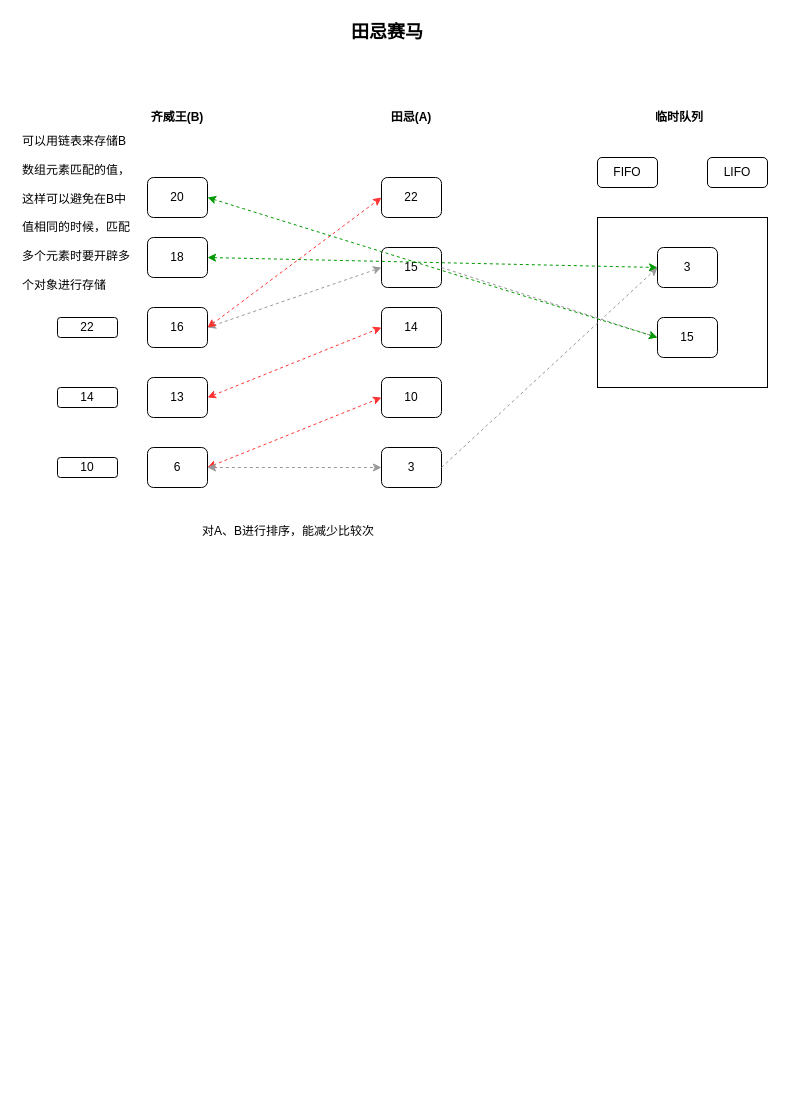
ZHANGLIWORB/diagrams keeps this draw.io diagram as Untitled Diagram.drawio. Above is the earlier version. Source tidied: cells renumbered, new cells numbered last; positions are measured from the earlier drawing's top-left corner, leaving out a move shared by most shapes. Both pictures are drawn from the tidied source at 100%, with x=0, y=0 at pixel (17, 17).
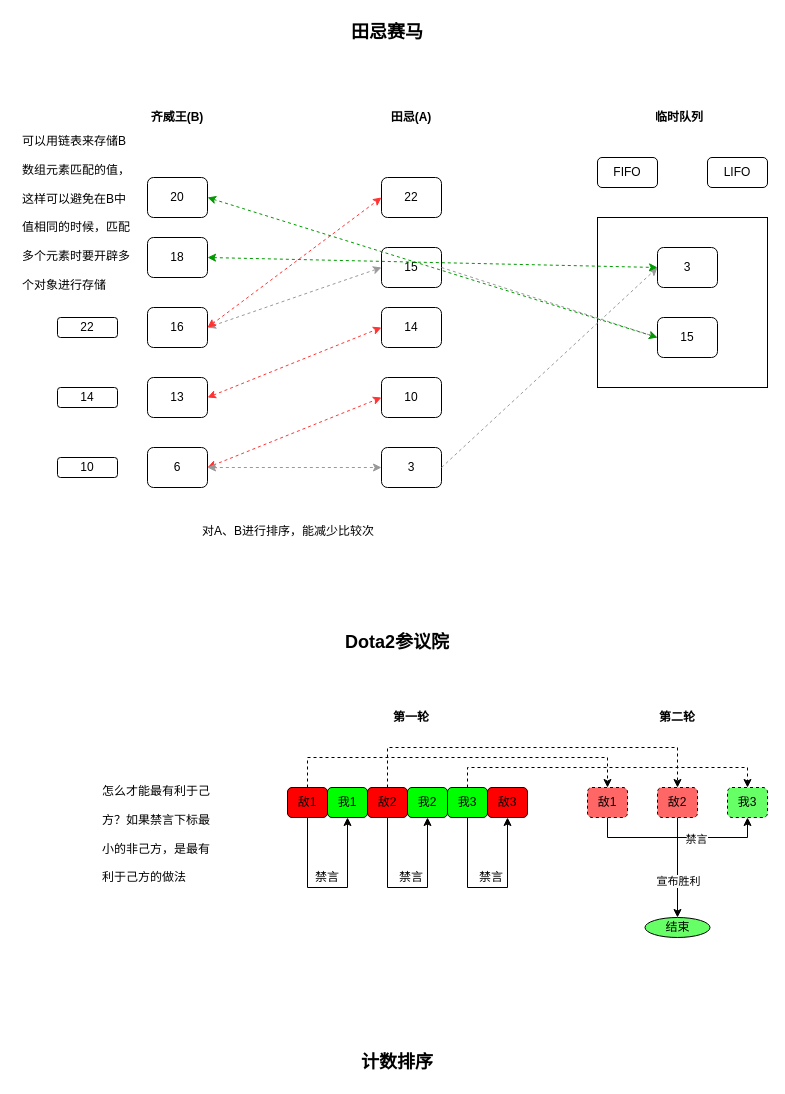
After the change.

What changed in the source:
```diff
@@
+    <mxCell id="35" value="&lt;b&gt;&lt;font style=&quot;font-size: 18px&quot;&gt;Dota2参议院&lt;/font&gt;&lt;/b&gt;" style="text;html=1;strokeColor=none;fillColor=none;align=center;verticalAlign=middle;whiteSpace=wrap;rounded=0;fontSize=16;" parent="1" vertex="1">
+      <mxGeometry x="320" y="610" width="120" height="30" as="geometry" />
+    </mxCell>
+    <mxCell id="36" style="edgeStyle=orthogonalEdgeStyle;rounded=0;jettySize=auto;html=1;exitX=0.5;exitY=1;exitDx=0;exitDy=0;entryX=0.5;entryY=1;entryDx=0;entryDy=0;startArrow=none;" parent="1" edge="1" source="38" target="39">
+      <mxGeometry relative="1" as="geometry">
+        <Array as="points">
+          <mxPoint x="290" y="870" />
+          <mxPoint x="330" y="870" />
+        </Array>
+      </mxGeometry>
+    </mxCell>
+    <mxCell id="37" style="edgeStyle=orthogonalEdgeStyle;rounded=0;jettySize=auto;html=1;exitX=0.5;exitY=0;exitDx=0;exitDy=0;entryX=0.5;entryY=0;entryDx=0;entryDy=0;dashed=1;" parent="1" edge="1" source="38" target="50">
+      <mxGeometry relative="1" as="geometry">
+        <Array as="points">
+          <mxPoint x="290" y="740" />
+          <mxPoint x="590" y="740" />
+        </Array>
+      </mxGeometry>
+    </mxCell>
+    <mxCell id="38" value="敌1" style="rounded=1;whiteSpace=wrap;html=1;fillColor=#FF0000;" parent="1" vertex="1">
+      <mxGeometry x="270" y="770" width="40" height="30" as="geometry" />
+    </mxCell>
+    <mxCell id="39" value="我1" style="rounded=1;whiteSpace=wrap;html=1;fillColor=#00FF00;" parent="1" vertex="1">
+      <mxGeometry x="310" y="770" width="40" height="30" as="geometry" />
+    </mxCell>
+    <mxCell id="40" style="edgeStyle=orthogonalEdgeStyle;rounded=0;jettySize=auto;html=1;exitX=0.5;exitY=1;exitDx=0;exitDy=0;entryX=0.5;entryY=1;entryDx=0;entryDy=0;" parent="1" edge="1" source="42" target="43">
+      <mxGeometry relative="1" as="geometry">
+        <Array as="points">
+          <mxPoint x="370" y="870" />
+          <mxPoint x="410" y="870" />
+        </Array>
+      </mxGeometry>
+    </mxCell>
+    <mxCell id="41" style="edgeStyle=orthogonalEdgeStyle;rounded=0;jettySize=auto;html=1;exitX=0.5;exitY=0;exitDx=0;exitDy=0;entryX=0.5;entryY=0;entryDx=0;entryDy=0;dashed=1;" parent="1" edge="1" source="42" target="55">
+      <mxGeometry relative="1" as="geometry">
+        <Array as="points">
+          <mxPoint x="370" y="730" />
+          <mxPoint x="660" y="730" />
+        </Array>
+      </mxGeometry>
+    </mxCell>
+    <mxCell id="42" value="敌2" style="rounded=1;whiteSpace=wrap;html=1;fillColor=#FF0000;" parent="1" vertex="1">
+      <mxGeometry x="350" y="770" width="40" height="30" as="geometry" />
+    </mxCell>
+    <mxCell id="43" value="我2" style="rounded=1;whiteSpace=wrap;html=1;fillColor=#00FF00;" parent="1" vertex="1">
+      <mxGeometry x="390" y="770" width="40" height="30" as="geometry" />
+    </mxCell>
+    <mxCell id="44" style="edgeStyle=orthogonalEdgeStyle;rounded=0;jettySize=auto;html=1;exitX=0.5;exitY=0;exitDx=0;exitDy=0;entryX=0.5;entryY=0;entryDx=0;entryDy=0;dashed=1;" parent="1" edge="1" source="45" target="58">
+      <mxGeometry relative="1" as="geometry">
+        <Array as="points">
+          <mxPoint x="450" y="750" />
+          <mxPoint x="730" y="750" />
+        </Array>
+      </mxGeometry>
+    </mxCell>
+    <mxCell id="45" value="我3" style="rounded=1;whiteSpace=wrap;html=1;fillColor=#00FF00;" parent="1" vertex="1">
+      <mxGeometry x="430" y="770" width="40" height="30" as="geometry" />
+    </mxCell>
+    <mxCell id="46" value="敌3" style="rounded=1;whiteSpace=wrap;html=1;fillColor=#FF0000;" parent="1" vertex="1">
+      <mxGeometry x="470" y="770" width="40" height="30" as="geometry" />
+    </mxCell>
+    <mxCell id="47" value="&lt;h1&gt;&lt;font style=&quot;font-size: 12px ; font-weight: normal&quot;&gt;怎么才能最有利于己方？如果禁言下标最小的非己方，是最有利于己方的做法&lt;/font&gt;&lt;/h1&gt;" style="text;html=1;strokeColor=none;fillColor=none;spacing=5;spacingTop=-20;whiteSpace=wrap;overflow=hidden;rounded=0;" parent="1" vertex="1">
+      <mxGeometry x="80" y="750" width="126" height="130" as="geometry" />
+    </mxCell>
+    <mxCell id="48" style="edgeStyle=orthogonalEdgeStyle;rounded=0;jettySize=auto;html=1;exitX=0.5;exitY=1;exitDx=0;exitDy=0;entryX=0.5;entryY=1;entryDx=0;entryDy=0;" parent="1" edge="1" source="50" target="58">
+      <mxGeometry relative="1" as="geometry" />
+    </mxCell>
+    <mxCell id="49" value="禁言" style="edgeLabel;html=1;align=center;verticalAlign=middle;" parent="48" vertex="1">
+      <mxGeometry x="0.2" y="-1" relative="1" as="geometry" />
+    </mxCell>
+    <mxCell id="50" value="敌1" style="rounded=1;whiteSpace=wrap;html=1;fillColor=#FF6666;dashed=1;" parent="1" vertex="1">
+      <mxGeometry x="570" y="770" width="40" height="30" as="geometry" />
+    </mxCell>
+    <mxCell id="51" value="禁言" style="text;html=1;strokeColor=none;fillColor=none;align=center;verticalAlign=middle;whiteSpace=wrap;rounded=0;dashed=1;" parent="1" vertex="1">
+      <mxGeometry x="374" y="850" width="40" height="20" as="geometry" />
+    </mxCell>
+    <mxCell id="52" value="禁言" style="text;html=1;strokeColor=none;fillColor=none;align=center;verticalAlign=middle;whiteSpace=wrap;rounded=0;dashed=1;" parent="1" vertex="1">
+      <mxGeometry x="290" y="850" width="40" height="20" as="geometry" />
+    </mxCell>
+    <mxCell id="53" style="edgeStyle=orthogonalEdgeStyle;rounded=0;jettySize=auto;html=1;exitX=0.5;exitY=1;exitDx=0;exitDy=0;" parent="1" edge="1" source="55" target="61">
+      <mxGeometry relative="1" as="geometry" />
+    </mxCell>
+    <mxCell id="54" value="宣布胜利" style="edgeLabel;html=1;align=center;verticalAlign=middle;" parent="53" vertex="1">
+      <mxGeometry x="0.26" relative="1" as="geometry" />
+    </mxCell>
+    <mxCell id="55" value="敌2" style="rounded=1;whiteSpace=wrap;html=1;fillColor=#FF6666;dashed=1;" parent="1" vertex="1">
+      <mxGeometry x="640" y="770" width="40" height="30" as="geometry" />
+    </mxCell>
+    <mxCell id="56" style="edgeStyle=orthogonalEdgeStyle;rounded=0;orthogonalLoop=1;jettySize=auto;html=1;exitX=0.5;exitY=1;exitDx=0;exitDy=0;entryX=0.5;entryY=1;entryDx=0;entryDy=0;" parent="1" edge="1">
+      <mxGeometry relative="1" as="geometry">
+        <mxPoint x="450" y="800" as="sourcePoint" />
+        <mxPoint x="490" y="800" as="targetPoint" />
+        <Array as="points">
+          <mxPoint x="450" y="870" />
+          <mxPoint x="490" y="870" />
+        </Array>
+      </mxGeometry>
+    </mxCell>
+    <mxCell id="57" value="禁言" style="text;html=1;strokeColor=none;fillColor=none;align=center;verticalAlign=middle;whiteSpace=wrap;rounded=0;dashed=1;" parent="1" vertex="1">
+      <mxGeometry x="454" y="850" width="40" height="20" as="geometry" />
+    </mxCell>
+    <mxCell id="58" value="我3" style="rounded=1;whiteSpace=wrap;html=1;fillColor=#66FF66;dashed=1;" parent="1" vertex="1">
+      <mxGeometry x="710" y="770" width="40" height="30" as="geometry" />
+    </mxCell>
+    <mxCell id="59" value="&lt;b&gt;第一轮&lt;/b&gt;" style="text;html=1;strokeColor=none;fillColor=none;align=center;verticalAlign=middle;whiteSpace=wrap;rounded=0;dashed=1;" parent="1" vertex="1">
+      <mxGeometry x="374" y="690" width="40" height="20" as="geometry" />
+    </mxCell>
+    <mxCell id="60" value="&lt;b&gt;第二轮&lt;/b&gt;" style="text;html=1;strokeColor=none;fillColor=none;align=center;verticalAlign=middle;whiteSpace=wrap;rounded=0;dashed=1;" parent="1" vertex="1">
+      <mxGeometry x="640" y="690" width="40" height="20" as="geometry" />
+    </mxCell>
+    <mxCell id="61" value="结束" style="ellipse;whiteSpace=wrap;html=1;fillColor=#66FF66;" parent="1" vertex="1">
+      <mxGeometry x="627.5" y="900" width="65" height="20" as="geometry" />
+    </mxCell>
+    <mxCell id="62" value="&lt;b&gt;&lt;font style=&quot;font-size: 18px&quot;&gt;计数排序&lt;/font&gt;&lt;/b&gt;" style="text;html=1;strokeColor=none;fillColor=none;align=center;verticalAlign=middle;whiteSpace=wrap;rounded=0;fontSize=16;" parent="1" vertex="1">
+      <mxGeometry x="320" y="1030" width="120" height="30" as="geometry" />
+    </mxCell>
```
